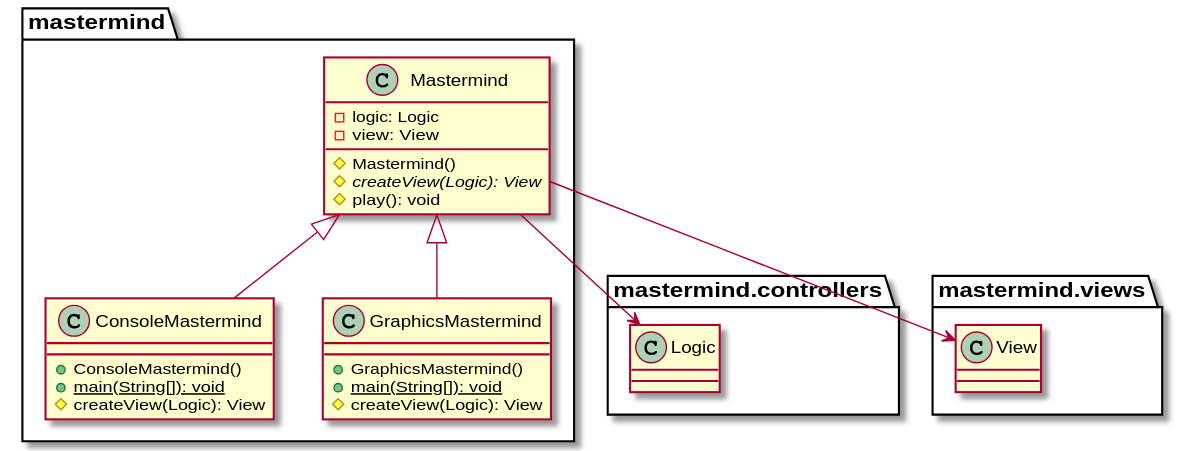
The PlantUML diagram modelViewPresenter/presentationModel/withFacade/docs/diagrams/out/paquetes/mastermind.svg in SantaTecla-mastermind/solution.java.swing.socket.sql, before a commit.
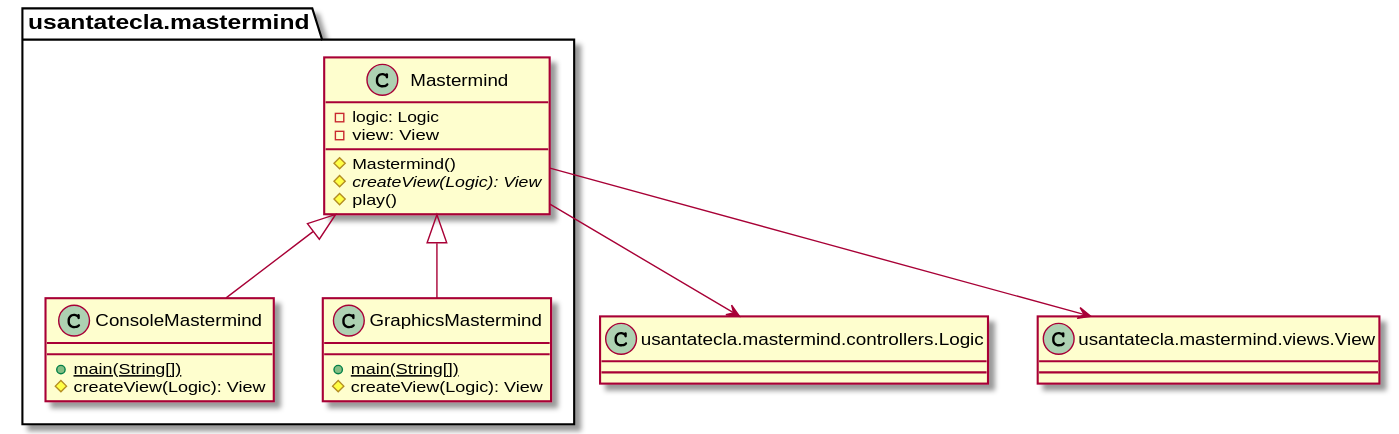
The same file after the commit.

Diff of the diagram source:
```diff
@@ -1,25 +1,31 @@
 @startuml
-class  mastermind.ConsoleMastermind{
-+ ConsoleMastermind()
-+ {static} main(String[]): void
+class  usantatecla.mastermind.ConsoleMastermind{
++ {static} main(String[])
 # createView(Logic): View
 }
-mastermind.Mastermind <|-down- mastermind.ConsoleMastermind
+usantatecla.mastermind.Mastermind <|-down- usantatecla.mastermind.ConsoleMastermind
 
-class  mastermind.GraphicsMastermind{
-+ GraphicsMastermind()
-+ {static} main(String[]): void
+class  usantatecla.mastermind.GraphicsMastermind{
++ {static} main(String[])
 # createView(Logic): View
 }
-mastermind.Mastermind <|-down- mastermind.GraphicsMastermind
+usantatecla.mastermind.Mastermind <|-down- usantatecla.mastermind.GraphicsMastermind
 
-class  mastermind.Mastermind{
+class  usantatecla.mastermind.Mastermind{
 - logic: Logic
 - view: View
 # Mastermind()
 # {abstract} createView(Logic): View
-# play(): void
+# play()
 }
-mastermind.Mastermind --> mastermind.controllers.Logic
-mastermind.Mastermind --> mastermind.views.View
+class Logic as "usantatecla.mastermind.controllers.Logic" {
+
+
+}
+class View as "usantatecla.mastermind.views.View" {
+
+
+}
+usantatecla.mastermind.Mastermind --> Logic
+usantatecla.mastermind.Mastermind --> View
 @enduml
```
